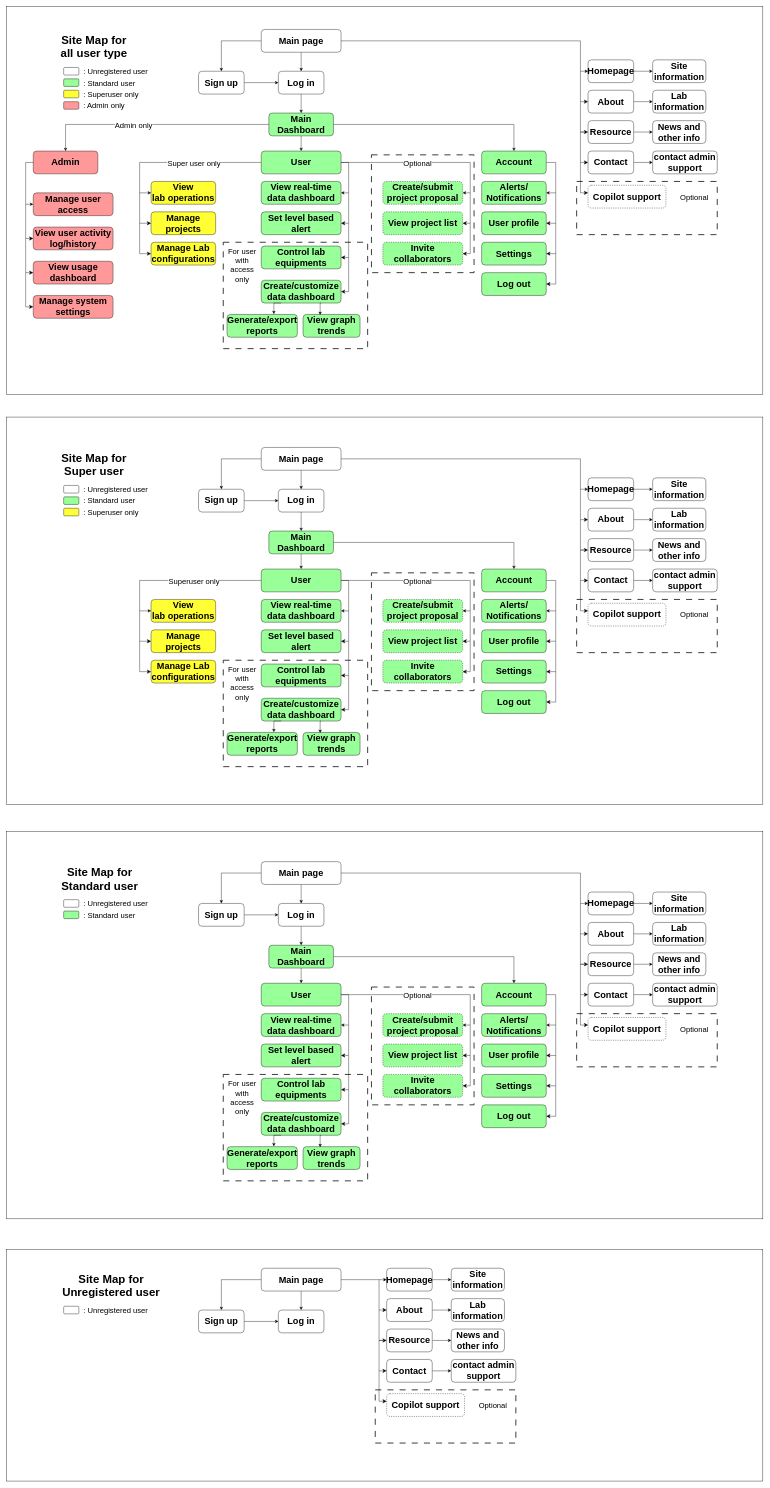
Earlier version of the draw.io diagram site_maps_group6.drawio (UCLComputerScience/COMP0067_2025_Team6). Source tidied: cells renumbered, new cells numbered last; positions are measured from the earlier drawing's top-left corner, leaving out a move shared by most shapes. Both pictures are drawn from the tidied source at 38%, with x=0, y=0 at pixel (6, 6).
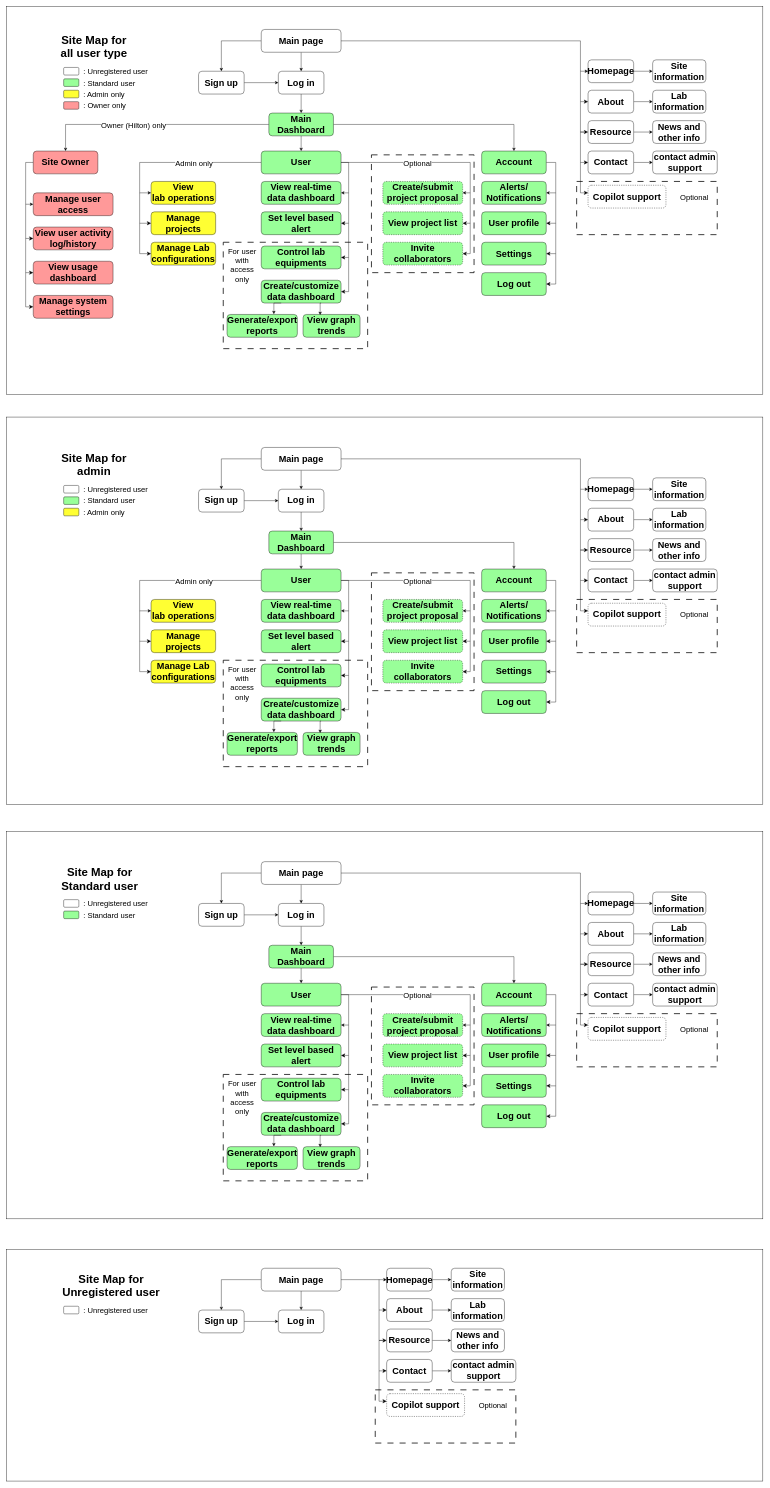
The same page after the edit.

Commit message:
site map update

Unchanged cells that the change refers to:
```xml
<mxCell id="33" style="edgeStyle=orthogonalEdgeStyle;rounded=0;jettySize=auto;html=1;exitX=0;exitY=0.5;exitDx=0;exitDy=0;entryX=0.5;entryY=0;entryDx=0;entryDy=0;" parent="1" edge="1" source="37" target="32">
  <mxGeometry relative="1" as="geometry" />
</mxCell>
<mxCell id="56" style="edgeStyle=orthogonalEdgeStyle;rounded=0;jettySize=auto;html=1;exitX=0;exitY=0.5;exitDx=0;exitDy=0;entryX=0;entryY=0.5;entryDx=0;entryDy=0;" parent="1" edge="1" source="61" target="43">
  <mxGeometry relative="1" as="geometry">
    <Array as="points">
      <mxPoint x="350" y="410" />
      <mxPoint x="350" y="490" />
    </Array>
  </mxGeometry>
</mxCell>
<mxCell id="134" style="edgeStyle=orthogonalEdgeStyle;rounded=0;jettySize=auto;html=1;exitX=0;exitY=0.5;exitDx=0;exitDy=0;entryX=0;entryY=0.5;entryDx=0;entryDy=0;" parent="1" edge="1" source="139" target="124">
  <mxGeometry relative="1" as="geometry">
    <Array as="points">
      <mxPoint x="350" y="1510" />
      <mxPoint x="350" y="1590" />
    </Array>
  </mxGeometry>
</mxCell>
```

Change to the diagram source:
```diff
@@
-    <mxCell id="32" value="&lt;font style=&quot;font-size: 24px;&quot;&gt;Admin&lt;/font&gt;" style="rounded=1;whiteSpace=wrap;html=1;shadow=0;fillColor=light-dark(#FF9999,var(--ge-dark-color, #121212));fontStyle=1;" parent="1" vertex="1">
+    <mxCell id="32" value="&lt;font style=&quot;font-size: 24px;&quot;&gt;Site Owner&lt;/font&gt;" style="rounded=1;whiteSpace=wrap;html=1;shadow=0;fillColor=light-dark(#FF9999,var(--ge-dark-color, #121212));fontStyle=1;" parent="1" vertex="1">
       <mxGeometry x="70" y="380" width="170" height="60" as="geometry" />
     </mxCell>
@@
-    <mxCell id="34" value="&lt;font&gt;Admin only&lt;/font&gt;" style="edgeLabel;html=1;align=center;verticalAlign=middle;fontSize=20;" parent="33" vertex="1">
+    <mxCell id="34" value="&lt;font&gt;Owner (Hilton) only&lt;/font&gt;" style="edgeLabel;html=1;align=center;verticalAlign=middle;fontSize=20;" parent="33" vertex="1">
       <mxGeometry x="0.44" y="3" relative="1" as="geometry">
         <mxPoint x="79" y="-3" as="offset" />
       </mxGeometry>
     </mxCell>
@@
-    <mxCell id="57" value="&lt;font&gt;Super user only&lt;/font&gt;" style="edgeLabel;html=1;align=center;verticalAlign=middle;fontSize=20;" parent="56" vertex="1">
+    <mxCell id="57" value="&lt;font&gt;Admin only&lt;/font&gt;" style="edgeLabel;html=1;align=center;verticalAlign=middle;fontSize=20;" parent="56" vertex="1">
       <mxGeometry x="-0.41" y="-1" relative="1" as="geometry">
         <mxPoint x="-51" y="1" as="offset" />
       </mxGeometry>
     </mxCell>
@@
-    <mxCell id="90" value="&lt;font&gt;: Admin only&lt;/font&gt;" style="text;html=1;align=left;verticalAlign=middle;whiteSpace=wrap;rounded=0;fontSize=20;" parent="1" vertex="1">
+    <mxCell id="90" value="&lt;font&gt;: Owner only&lt;/font&gt;" style="text;html=1;align=left;verticalAlign=middle;whiteSpace=wrap;rounded=0;fontSize=20;" parent="1" vertex="1">
       <mxGeometry x="200" y="250" width="150" height="20" as="geometry" />
     </mxCell>
-    <mxCell id="91" value="&lt;font&gt;: Superuser only&lt;/font&gt;" style="text;html=1;align=left;verticalAlign=middle;whiteSpace=wrap;rounded=0;fontSize=20;" parent="1" vertex="1">
+    <mxCell id="91" value="&lt;font&gt;: Admin only&lt;/font&gt;" style="text;html=1;align=left;verticalAlign=middle;whiteSpace=wrap;rounded=0;fontSize=20;" parent="1" vertex="1">
       <mxGeometry x="200" y="220" width="170" height="20" as="geometry" />
     </mxCell>
@@
-    <mxCell id="135" value="&lt;font&gt;Superuser only&lt;/font&gt;" style="edgeLabel;html=1;align=center;verticalAlign=middle;fontSize=20;" parent="134" vertex="1">
+    <mxCell id="135" value="&lt;font&gt;Admin only&lt;/font&gt;" style="edgeLabel;html=1;align=center;verticalAlign=middle;fontSize=20;" parent="134" vertex="1">
       <mxGeometry x="-0.41" y="-1" relative="1" as="geometry">
         <mxPoint x="-51" y="1" as="offset" />
       </mxGeometry>
     </mxCell>
@@
-    <mxCell id="163" value="&lt;font style=&quot;font-size: 30px;&quot;&gt;&lt;font style=&quot;&quot;&gt;Site Map for Super user&lt;/font&gt;&lt;/font&gt;" style="text;html=1;align=center;verticalAlign=middle;whiteSpace=wrap;rounded=0;fontStyle=1;" parent="1" vertex="1">
+    <mxCell id="163" value="&lt;font style=&quot;font-size: 30px;&quot;&gt;&lt;font style=&quot;&quot;&gt;Site Map for admin&lt;/font&gt;&lt;/font&gt;" style="text;html=1;align=center;verticalAlign=middle;whiteSpace=wrap;rounded=0;fontStyle=1;" parent="1" vertex="1">
       <mxGeometry x="140" y="1160" width="180" height="90" as="geometry" />
     </mxCell>
@@
-    <mxCell id="167" value="&lt;font&gt;: Superuser only&lt;/font&gt;" style="text;html=1;align=left;verticalAlign=middle;whiteSpace=wrap;rounded=0;fontSize=20;" parent="1" vertex="1">
+    <mxCell id="167" value="&lt;font&gt;: Admin only&lt;/font&gt;" style="text;html=1;align=left;verticalAlign=middle;whiteSpace=wrap;rounded=0;fontSize=20;" parent="1" vertex="1">
       <mxGeometry x="200" y="1320" width="160" height="20" as="geometry" />
     </mxCell>
```
